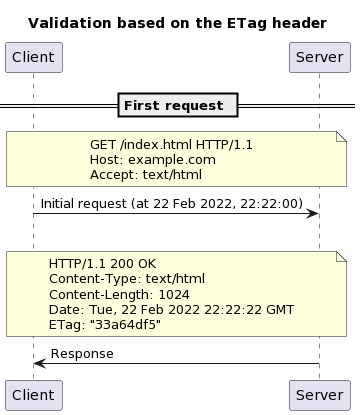
Before: 23-caching-and-performance/images/validation-model-based-on-the-etag-header-part-1.png, a diagram exported from PlantUML (heig-vd-dai-course/heig-vd-dai-course).
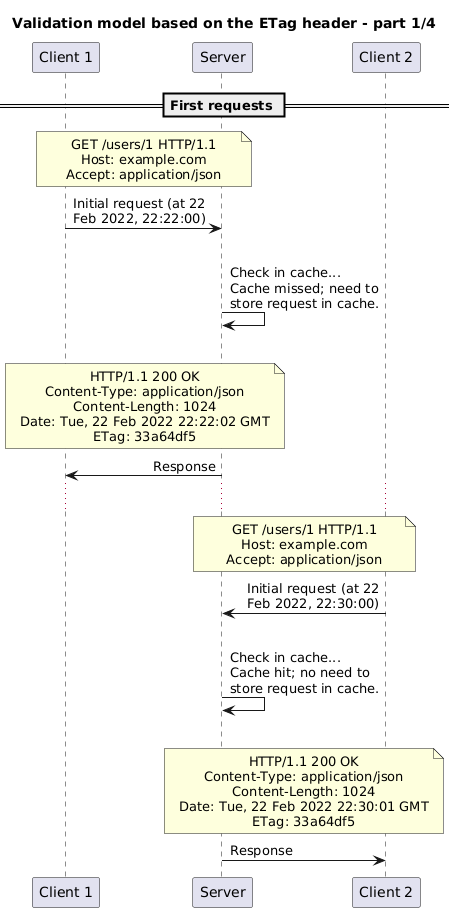
After the change.

Diff of the diagram source:
```diff
@@ -1,26 +1,61 @@
 @startuml
-title "Validation based on the ETag header"
+skinparam boxPadding 100
+skinparam maxMessageSize 150
+skinparam noteTextAlignment center
+skinparam sequenceMessageAlign direction
+skinparam wrapWidth 250
 
-participant Client
-participant Server
+title "Validation model based on the ETag header - part 1/4"
 
-== First request ==
+participant "Client 1" as client1
+participant "Server" as server
+participant "Client 2" as client2
 
-note over Client, Server
-GET /index.html HTTP/1.1
+== First requests ==
+
+note over client1, server
+GET /users/1 HTTP/1.1
 Host: example.com
-Accept: text/html
+Accept: application/json
 end note
-Client -> Server: Initial request (at 22 Feb 2022, 22:22:00)
+client1 -> server: Initial request (at 22 Feb 2022, 22:22:00)
 
 |||
 
-note over Client, Server
+server -> server: Check in cache...\nCache missed; need to store request in cache.
+
+|||
+
+note over client1, server
 HTTP/1.1 200 OK
-Content-Type: text/html
+Content-Type: application/json
 Content-Length: 1024
-Date: Tue, 22 Feb 2022 22:22:22 GMT
-ETag: "33a64df5"
+Date: Tue, 22 Feb 2022 22:22:02 GMT
+ETag: 33a64df5
 end note
-Server -> Client: Response
+server -> client1: Response
+
+...
+
+note over server, client2
+GET /users/1 HTTP/1.1
+Host: example.com
+Accept: application/json
+end note
+server <- client2: Initial request (at 22 Feb 2022, 22:30:00)
+
+|||
+
+server -> server: Check in cache...\nCache hit; no need to store request in cache.
+
+|||
+
+note over server, client2
+HTTP/1.1 200 OK
+Content-Type: application/json
+Content-Length: 1024
+Date: Tue, 22 Feb 2022 22:30:01 GMT
+ETag: 33a64df5
+end note
+server -> client2: Response
 @enduml
```
